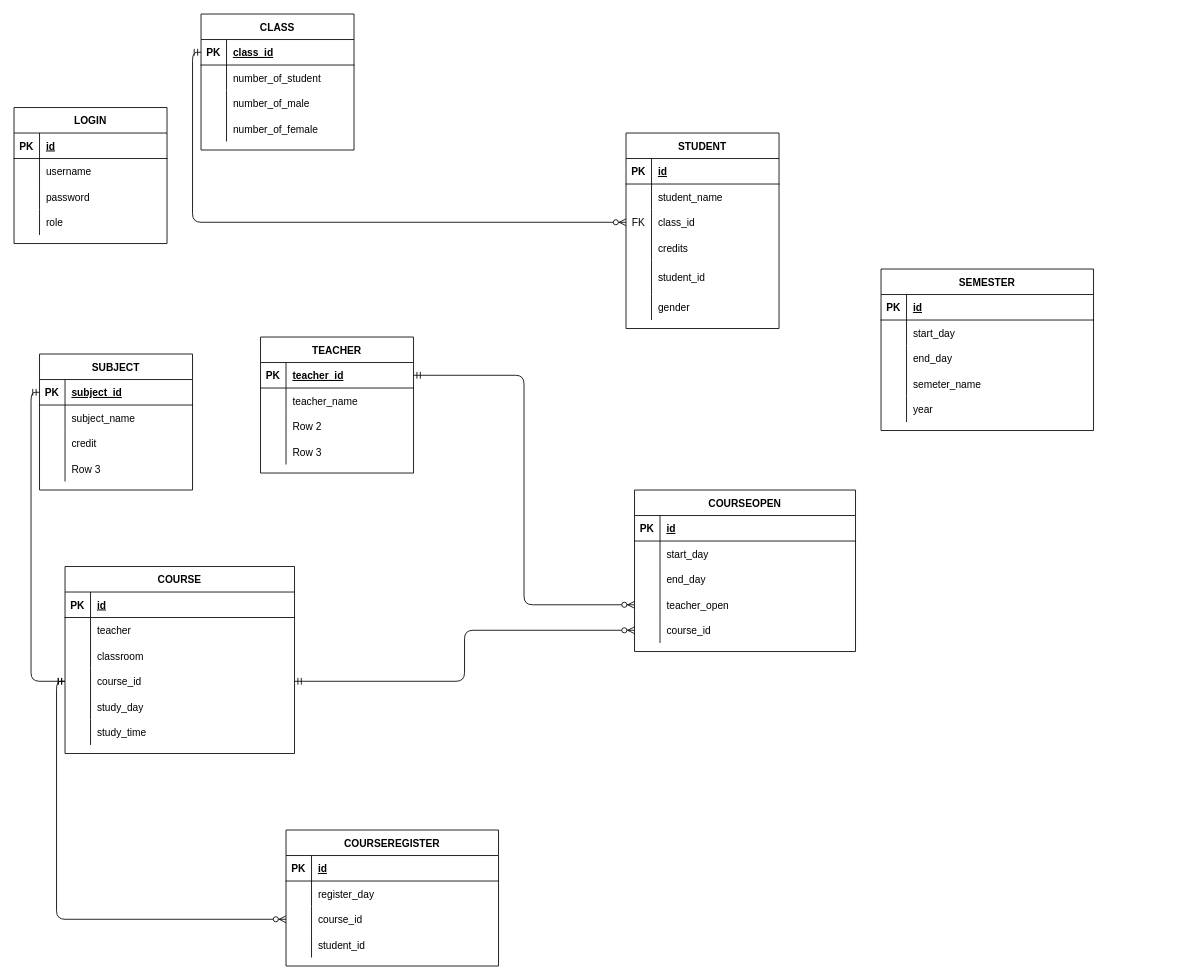
This is Untitled Diagram.drawio from HaiDuc0147/HibernateProject, a draw.io file, before an edit. Source tidied: cells renumbered, new cells numbered last; positions are measured from the earlier drawing's top-left corner, leaving out a move shared by most shapes. Both pictures are drawn from the tidied source at 85%, with x=0, y=0 at pixel (14, 14).
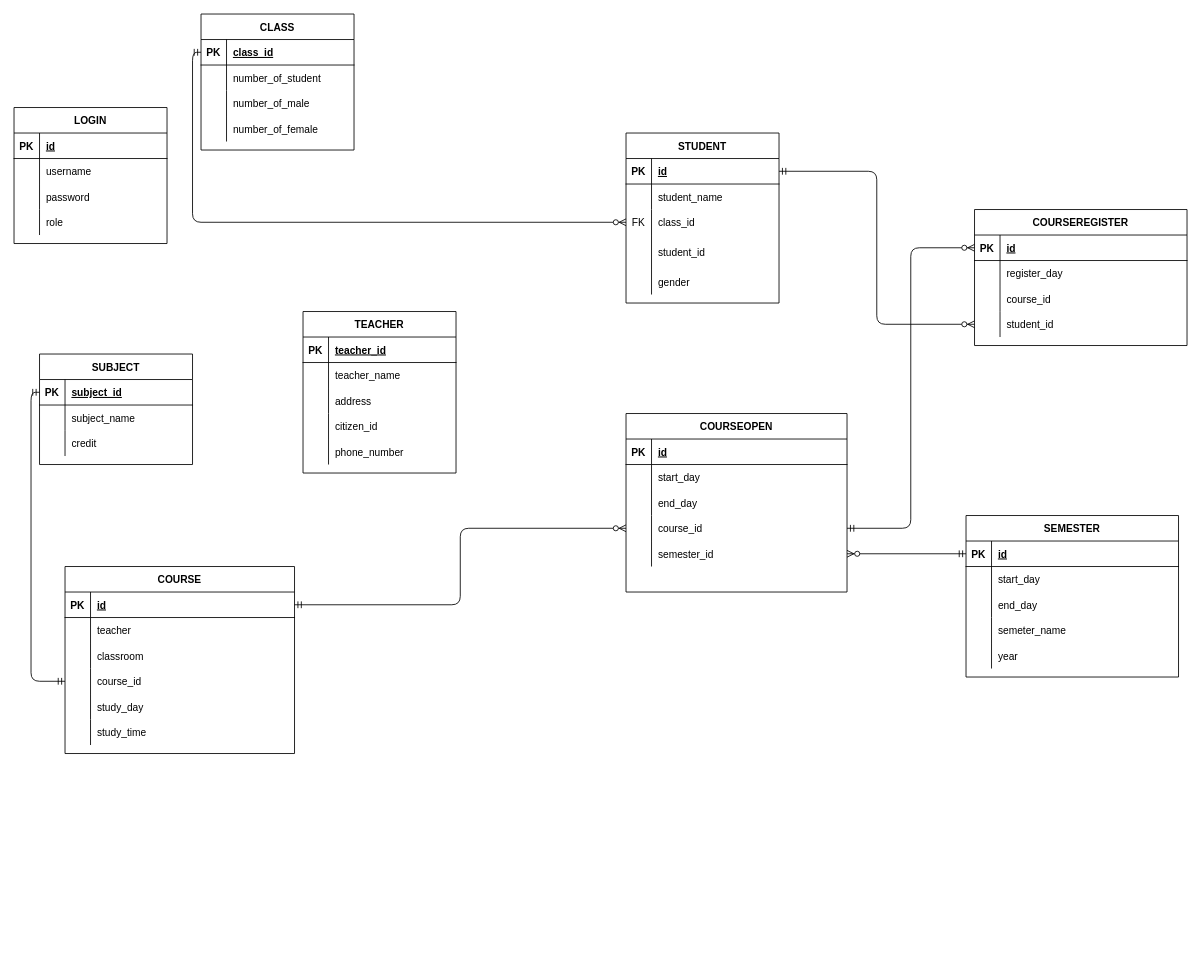
The same diagram, later.

The change refers to these unchanged cells:
```xml
<mxCell id="16" style="shape=partialRectangle;fillColor=none;top=0;left=0;bottom=1;right=0;points=[[0,0.5],[1,0.5]];portConstraint=eastwest;" parent="15" vertex="1">
  <mxGeometry y="30" width="180" height="30" as="geometry" />
</mxCell>
<mxCell id="35" style="shape=partialRectangle;fillColor=none;top=0;left=0;bottom=1;right=0;points=[[0,0.5],[1,0.5]];portConstraint=eastwest;" parent="34" vertex="1">
  <mxGeometry y="30" width="180" height="30" as="geometry" />
</mxCell>
<mxCell id="41" style="shape=partialRectangle;fillColor=none;top=0;left=0;bottom=0;right=0;" parent="34" vertex="1">
  <mxGeometry y="90" width="180" height="30" as="geometry" />
</mxCell>
<mxCell id="44" style="shape=partialRectangle;fillColor=none;top=0;left=0;bottom=0;right=0;" parent="34" vertex="1">
  <mxGeometry y="120" width="180" height="30" as="geometry" />
</mxCell>
<mxCell id="61" style="shape=partialRectangle;fillColor=none;top=0;left=0;bottom=1;right=0;points=[[0,0.5],[1,0.5]];portConstraint=eastwest;" parent="60" vertex="1">
  <mxGeometry y="30" width="270" height="30" as="geometry" />
</mxCell>
<mxCell id="70" style="shape=partialRectangle;fillColor=none;top=0;left=0;bottom=0;right=0;points=[[0,0.5],[1,0.5]];portConstraint=eastwest;" parent="60" vertex="1">
  <mxGeometry y="120" width="270" height="30" as="geometry" />
</mxCell>
<mxCell id="96" style="shape=partialRectangle;fillColor=none;top=0;left=0;bottom=1;right=0;points=[[0,0.5],[1,0.5]];portConstraint=eastwest;" parent="95" vertex="1">
  <mxGeometry y="30" width="250" height="30" as="geometry" />
</mxCell>
<mxCell id="102" style="shape=partialRectangle;fillColor=none;top=0;left=0;bottom=0;right=0;points=[[0,0.5],[1,0.5]];portConstraint=eastwest;" parent="95" vertex="1">
  <mxGeometry y="90" width="250" height="30" as="geometry" />
</mxCell>
<mxCell id="105" style="shape=partialRectangle;fillColor=none;top=0;left=0;bottom=0;right=0;points=[[0,0.5],[1,0.5]];portConstraint=eastwest;" parent="95" vertex="1">
  <mxGeometry y="120" width="250" height="30" as="geometry" />
</mxCell>
<mxCell id="122" style="shape=partialRectangle;fillColor=none;top=0;left=0;bottom=1;right=0;points=[[0,0.5],[1,0.5]];portConstraint=eastwest;" parent="121" vertex="1">
  <mxGeometry y="30" width="250" height="30" as="geometry" />
</mxCell>
```

The edit, as a diff of the source:
```diff
@@
     <mxCell id="15" value="STUDENT" style="shape=table;startSize=30;childLayout=tableLayout;rowLines=0;fontStyle=1;align=center;" parent="1" vertex="1">
-      <mxGeometry x="720" y="140" width="180" height="230" as="geometry" />
+      <mxGeometry x="720" y="140" width="180" height="200" as="geometry" />
     </mxCell>
@@
-    <mxCell id="25" style="shape=partialRectangle;fillColor=none;top=0;left=0;bottom=0;right=0;" parent="15" vertex="1">
-      <mxGeometry y="120" width="180" height="30" as="geometry" />
-    </mxCell>
-    <mxCell id="26" style="shape=partialRectangle;fillColor=none;top=0;left=0;bottom=0;right=0;overflow=hidden;" parent="25" vertex="1">
-      <mxGeometry width="30" height="30" as="geometry" />
-    </mxCell>
-    <mxCell id="27" value="credits" style="shape=partialRectangle;fillColor=none;top=0;left=0;bottom=0;right=0;align=left;spacingLeft=6;overflow=hidden;" parent="25" vertex="1">
-      <mxGeometry x="30" width="150" height="30" as="geometry" />
-    </mxCell>
     <mxCell id="28" style="shape=partialRectangle;fillColor=none;top=0;left=0;bottom=0;right=0;" parent="15" vertex="1">
-      <mxGeometry y="150" width="180" height="40" as="geometry" />
+      <mxGeometry y="120" width="180" height="40" as="geometry" />
     </mxCell>
@@
     <mxCell id="31" style="shape=partialRectangle;fillColor=none;top=0;left=0;bottom=0;right=0;" parent="15" vertex="1">
-      <mxGeometry y="190" width="180" height="30" as="geometry" />
+      <mxGeometry y="160" width="180" height="30" as="geometry" />
     </mxCell>
@@
     <mxCell id="34" value="TEACHER" style="shape=table;startSize=30;childLayout=tableLayout;rowLines=0;fontStyle=1;align=center;" parent="1" vertex="1">
-      <mxGeometry x="290" y="380" width="180" height="160" as="geometry" />
+      <mxGeometry x="340" y="350" width="180" height="190" as="geometry" />
     </mxCell>
@@
-    <mxCell id="43" value="Row 2" style="shape=partialRectangle;fillColor=none;top=0;left=0;bottom=0;right=0;align=left;spacingLeft=6;overflow=hidden;" parent="41" vertex="1">
+    <mxCell id="43" value="address" style="shape=partialRectangle;fillColor=none;top=0;left=0;bottom=0;right=0;align=left;spacingLeft=6;overflow=hidden;" parent="41" vertex="1">
       <mxGeometry x="30" width="150" height="30" as="geometry" />
     </mxCell>
@@
-    <mxCell id="46" value="Row 3" style="shape=partialRectangle;fillColor=none;top=0;left=0;bottom=0;right=0;align=left;spacingLeft=6;overflow=hidden;" parent="44" vertex="1">
+    <mxCell id="46" value="citizen_id" style="shape=partialRectangle;fillColor=none;top=0;left=0;bottom=0;right=0;align=left;spacingLeft=6;overflow=hidden;" parent="44" vertex="1">
       <mxGeometry x="30" width="150" height="30" as="geometry" />
     </mxCell>
+    <mxCell id="142" style="shape=partialRectangle;fillColor=none;top=0;left=0;bottom=0;right=0;" parent="34" vertex="1">
+      <mxGeometry y="150" width="180" height="30" as="geometry" />
+    </mxCell>
+    <mxCell id="143" style="shape=partialRectangle;fillColor=none;top=0;left=0;bottom=0;right=0;overflow=hidden;" parent="142" vertex="1">
+      <mxGeometry width="30" height="30" as="geometry" />
+    </mxCell>
+    <mxCell id="144" value="phone_number" style="shape=partialRectangle;fillColor=none;top=0;left=0;bottom=0;right=0;align=left;spacingLeft=6;overflow=hidden;" parent="142" vertex="1">
+      <mxGeometry x="30" width="150" height="30" as="geometry" />
+    </mxCell>
     <mxCell id="47" value="SUBJECT" style="shape=table;startSize=30;childLayout=tableLayout;rowLines=0;fontStyle=1;align=center;" parent="1" vertex="1">
-      <mxGeometry x="30" y="400" width="180" height="160" as="geometry" />
+      <mxGeometry x="30" y="400" width="180" height="130" as="geometry" />
     </mxCell>
@@
-    <mxCell id="57" style="shape=partialRectangle;fillColor=none;top=0;left=0;bottom=0;right=0;" parent="47" vertex="1">
-      <mxGeometry y="120" width="180" height="30" as="geometry" />
-    </mxCell>
-    <mxCell id="58" style="shape=partialRectangle;fillColor=none;top=0;left=0;bottom=0;right=0;overflow=hidden;" parent="57" vertex="1">
-      <mxGeometry width="30" height="30" as="geometry" />
-    </mxCell>
-    <mxCell id="59" value="Row 3" style="shape=partialRectangle;fillColor=none;top=0;left=0;bottom=0;right=0;align=left;spacingLeft=6;overflow=hidden;" parent="57" vertex="1">
-      <mxGeometry x="30" width="150" height="30" as="geometry" />
-    </mxCell>
@@
     <mxCell id="79" value="COURSEOPEN" style="shape=table;startSize=30;childLayout=tableLayout;rowLines=0;fontStyle=1;align=center;" parent="1" vertex="1">
-      <mxGeometry x="730" y="560" width="260" height="190" as="geometry" />
+      <mxGeometry x="720" y="470" width="260" height="210" as="geometry" />
     </mxCell>
@@
-    <mxCell id="89" style="shape=partialRectangle;fillColor=none;top=0;left=0;bottom=0;right=0;points=[[0,0.5],[1,0.5]];portConstraint=eastwest;" parent="79" vertex="1">
-      <mxGeometry y="120" width="260" height="30" as="geometry" />
-    </mxCell>
-    <mxCell id="90" style="shape=partialRectangle;fillColor=none;top=0;left=0;bottom=0;right=0;overflow=hidden;" parent="89" vertex="1">
-      <mxGeometry width="30" height="30" as="geometry" />
-    </mxCell>
-    <mxCell id="91" value="teacher_open" style="shape=partialRectangle;fillColor=none;top=0;left=0;bottom=0;right=0;align=left;spacingLeft=6;overflow=hidden;" parent="89" vertex="1">
-      <mxGeometry x="30" width="230" height="30" as="geometry" />
-    </mxCell>
     <mxCell id="92" style="shape=partialRectangle;fillColor=none;top=0;left=0;bottom=0;right=0;points=[[0,0.5],[1,0.5]];portConstraint=eastwest;" parent="79" vertex="1">
-      <mxGeometry y="150" width="260" height="30" as="geometry" />
+      <mxGeometry y="120" width="260" height="30" as="geometry" />
     </mxCell>
@@
+    <mxCell id="145" style="shape=partialRectangle;fillColor=none;top=0;left=0;bottom=0;right=0;points=[[0,0.5],[1,0.5]];portConstraint=eastwest;" parent="79" vertex="1">
+      <mxGeometry y="150" width="260" height="30" as="geometry" />
+    </mxCell>
+    <mxCell id="146" style="shape=partialRectangle;fillColor=none;top=0;left=0;bottom=0;right=0;overflow=hidden;" parent="145" vertex="1">
+      <mxGeometry width="30" height="30" as="geometry" />
+    </mxCell>
+    <mxCell id="147" value="semester_id" style="shape=partialRectangle;fillColor=none;top=0;left=0;bottom=0;right=0;align=left;spacingLeft=6;overflow=hidden;" parent="145" vertex="1">
+      <mxGeometry x="30" width="230" height="30" as="geometry" />
+    </mxCell>
     <mxCell id="95" value="COURSEREGISTER" style="shape=table;startSize=30;childLayout=tableLayout;rowLines=0;fontStyle=1;align=center;" parent="1" vertex="1">
-      <mxGeometry x="320" y="960" width="250" height="160" as="geometry" />
+      <mxGeometry x="1130" y="230" width="250" height="160" as="geometry" />
     </mxCell>
@@
     <mxCell id="121" value="SEMESTER" style="shape=table;startSize=30;childLayout=tableLayout;rowLines=0;fontStyle=1;align=center;" parent="1" vertex="1">
-      <mxGeometry x="1020" y="300" width="250" height="190" as="geometry" />
+      <mxGeometry x="1120" y="590" width="250" height="190" as="geometry" />
     </mxCell>
@@
-    <mxCell id="139" style="edgeStyle=orthogonalEdgeStyle;fontSize=12;html=1;endArrow=ERzeroToMany;startArrow=ERmandOne;exitX=0;exitY=0.5;exitDx=0;exitDy=0;entryX=0;entryY=0.5;entryDx=0;entryDy=0;" parent="1" edge="1" source="70" target="102">
+    <mxCell id="139" style="edgeStyle=orthogonalEdgeStyle;fontSize=12;html=1;endArrow=ERzeroToMany;startArrow=ERmandOne;entryX=0;entryY=0.5;entryDx=0;entryDy=0;exitX=1;exitY=0.5;exitDx=0;exitDy=0;" parent="1" edge="1" source="92" target="96">
       <mxGeometry relative="1" as="geometry" />
     </mxCell>
-    <mxCell id="140" style="edgeStyle=orthogonalEdgeStyle;fontSize=12;html=1;endArrow=ERzeroToMany;startArrow=ERmandOne;exitX=1;exitY=0.5;exitDx=0;exitDy=0;entryX=0;entryY=0.5;entryDx=0;entryDy=0;" parent="1" edge="1" source="35" target="89">
-      <mxGeometry relative="1" as="geometry" />
-    </mxCell>
-    <mxCell id="141" style="edgeStyle=orthogonalEdgeStyle;fontSize=12;html=1;endArrow=ERzeroToMany;startArrow=ERmandOne;exitX=1;exitY=0.5;exitDx=0;exitDy=0;entryX=0;entryY=0.5;entryDx=0;entryDy=0;" parent="1" edge="1" source="70" target="92">
+    <mxCell id="141" style="edgeStyle=orthogonalEdgeStyle;fontSize=12;html=1;endArrow=ERzeroToMany;startArrow=ERmandOne;exitX=1;exitY=0.5;exitDx=0;exitDy=0;entryX=0;entryY=0.5;entryDx=0;entryDy=0;" parent="1" edge="1" source="61" target="92">
       <mxGeometry relative="1" as="geometry" />
     </mxCell>
+    <mxCell id="148" style="edgeStyle=orthogonalEdgeStyle;fontSize=12;html=1;endArrow=ERzeroToMany;startArrow=ERmandOne;exitX=0;exitY=0.5;exitDx=0;exitDy=0;entryX=1;entryY=0.5;entryDx=0;entryDy=0;" parent="1" edge="1" source="122" target="145">
+      <mxGeometry relative="1" as="geometry" />
+    </mxCell>
+    <mxCell id="149" style="edgeStyle=orthogonalEdgeStyle;fontSize=12;html=1;endArrow=ERzeroToMany;startArrow=ERmandOne;exitX=1;exitY=0.5;exitDx=0;exitDy=0;entryX=0;entryY=0.5;entryDx=0;entryDy=0;" parent="1" edge="1" source="16" target="105">
+      <mxGeometry relative="1" as="geometry" />
+    </mxCell>
```
